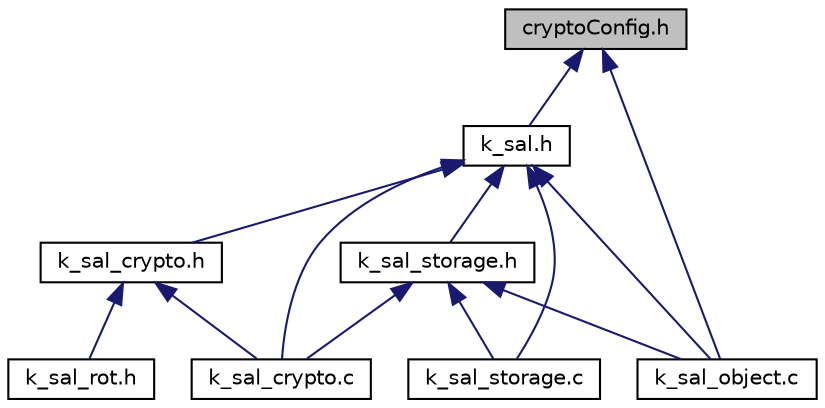
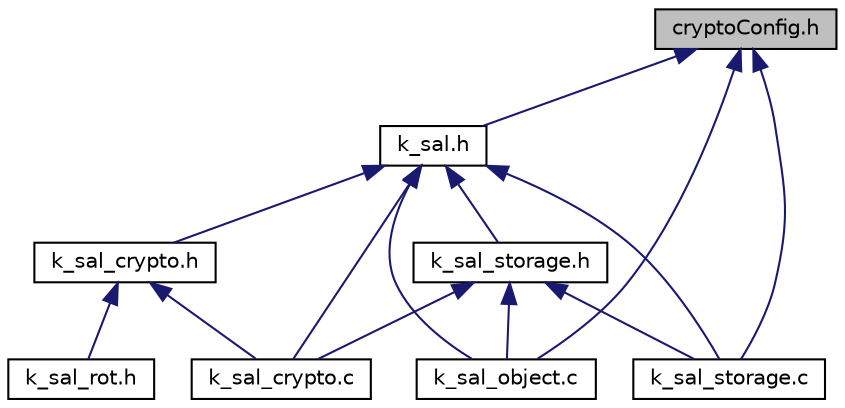
digraph "cryptoConfig.h"
{
 // LATEX_PDF_SIZE
  edge [fontname="Helvetica",fontsize="10",labelfontname="Helvetica",labelfontsize="10"];
  node [fontname="Helvetica",fontsize="10",shape=record];
  Node1 [label="cryptoConfig.h",height=0.2,width=0.4,color="black", fillcolor="grey75", style="filled", fontcolor="black",tooltip="Crypto config for Microchip."];
  Node1 -> Node2 [dir="back",color="midnightblue",fontsize="10",style="solid",fontname="Helvetica"];
  Node2 [label="k_sal.h",height=0.2,width=0.4,color="black", fillcolor="white", style="filled",URL="$k__sal_8h.html",tooltip="Common sal constants."];
  Node2 -> Node3 [dir="back",color="midnightblue",fontsize="10",style="solid",fontname="Helvetica"];
  Node3 [label="k_sal_crypto.h",height=0.2,width=0.4,color="black", fillcolor="white", style="filled",URL="$k__sal__crypto_8h.html",tooltip="Interface for crypto operation."];
  Node3 -> Node4 [dir="back",color="midnightblue",fontsize="10",style="solid",fontname="Helvetica"];
  Node4 [label="k_sal_rot.h",height=0.2,width=0.4,color="black", fillcolor="white", style="filled",URL="$k__sal__rot_8h.html",tooltip="Interface for RoT operation."];
  Node3 -> Node5 [dir="back",color="midnightblue",fontsize="10",style="solid",fontname="Helvetica"];
  Node5 [label="k_sal_crypto.c",height=0.2,width=0.4,color="black", fillcolor="white", style="filled",URL="$k__sal__crypto_8c.html",tooltip="SAL crypto for microchip."];
  Node2 -> Node6 [dir="back",color="midnightblue",fontsize="10",style="solid",fontname="Helvetica"];
  Node6 [label="k_sal_storage.h",height=0.2,width=0.4,color="black", fillcolor="white", style="filled",URL="$k__sal__storage_8h.html",tooltip="Interface for storage operation."];
  Node6 -> Node5 [dir="back",color="midnightblue",fontsize="10",style="solid",fontname="Helvetica"];
  Node6 -> Node7 [dir="back",color="midnightblue",fontsize="10",style="solid",fontname="Helvetica"];
  Node7 [label="k_sal_object.c",height=0.2,width=0.4,color="black", fillcolor="white", style="filled",URL="$k__sal__object_8c.html",tooltip="SAL Object for Mircrochip."];
  Node6 -> Node8 [dir="back",color="midnightblue",fontsize="10",style="solid",fontname="Helvetica"];
  Node8 [label="k_sal_storage.c",height=0.2,width=0.4,color="black", fillcolor="white", style="filled",URL="$k__sal__storage_8c.html",tooltip="SAL storage for Microchip."];
  Node2 -> Node5 [dir="back",color="midnightblue",fontsize="10",style="solid",fontname="Helvetica"];
  Node2 -> Node7 [dir="back",color="midnightblue",fontsize="10",style="solid",fontname="Helvetica"];
  Node2 -> Node8 [dir="back",color="midnightblue",fontsize="10",style="solid",fontname="Helvetica"];
  Node1 -> Node7 [dir="back",color="midnightblue",fontsize="10",style="solid",fontname="Helvetica"];
+   Node1 -> Node8 [dir="back",color="midnightblue",fontsize="10",style="solid",fontname="Helvetica"];
}
